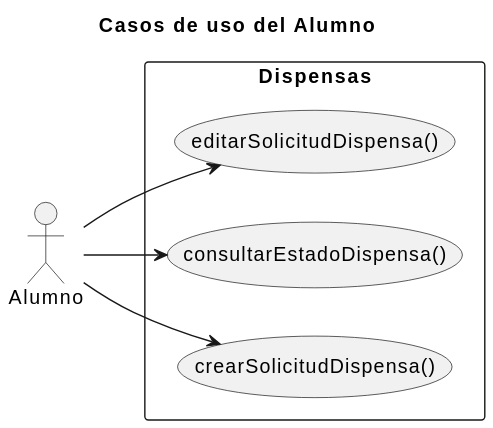
This is documents/requisitado/01-actores-casos-uso/Alumno.svg from jerdier/25-26-idsw2-sdVC, a PlantUML export, as it was before one commit. Source of this version:
```plantuml
@startuml
Title Casos de uso del Alumno
left to right direction
skinparam packageStyle rectangle

actor Alumno

    package "Dispensas" {
        usecase "crearSolicitudDispensa()"   as CrearSolicitudDispensa
        usecase "consultarEstadoDispensa()"        as ConsultarEstadoDispensa
        usecase "editarSolicitudDispensa()"  as EditarSolicitudDispensa
    }



Alumno --> CrearSolicitudDispensa
Alumno --> ConsultarEstadoDispensa
Alumno --> EditarSolicitudDispensa
@enduml
```
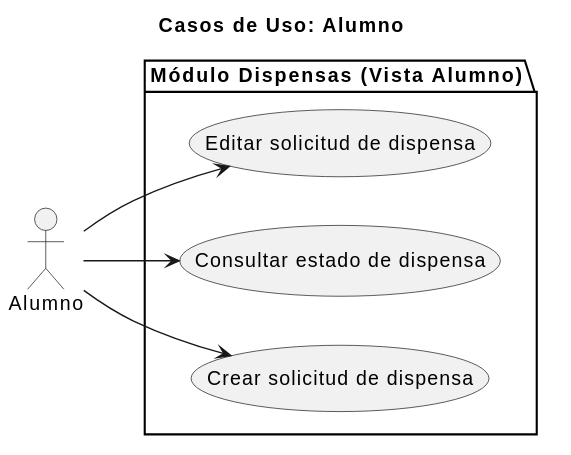
After the change.

What changed in the source:
```diff
@@ -1,17 +1,15 @@
 @startuml
-Title Casos de uso del Alumno
+Title Casos de Uso: Alumno
 left to right direction
-skinparam packageStyle rectangle
+skinparam style strictuml
 
 actor Alumno
 
-    package "Dispensas" {
-        usecase "crearSolicitudDispensa()"   as CrearSolicitudDispensa
-        usecase "consultarEstadoDispensa()"        as ConsultarEstadoDispensa
-        usecase "editarSolicitudDispensa()"  as EditarSolicitudDispensa
-    }
-
-
+package "Módulo Dispensas (Vista Alumno)" {
+    usecase "Crear solicitud de dispensa" as CrearSolicitudDispensa
+    usecase "Consultar estado de dispensa" as ConsultarEstadoDispensa
+    usecase "Editar solicitud de dispensa" as EditarSolicitudDispensa
+}
 
 Alumno --> CrearSolicitudDispensa
 Alumno --> ConsultarEstadoDispensa
```
